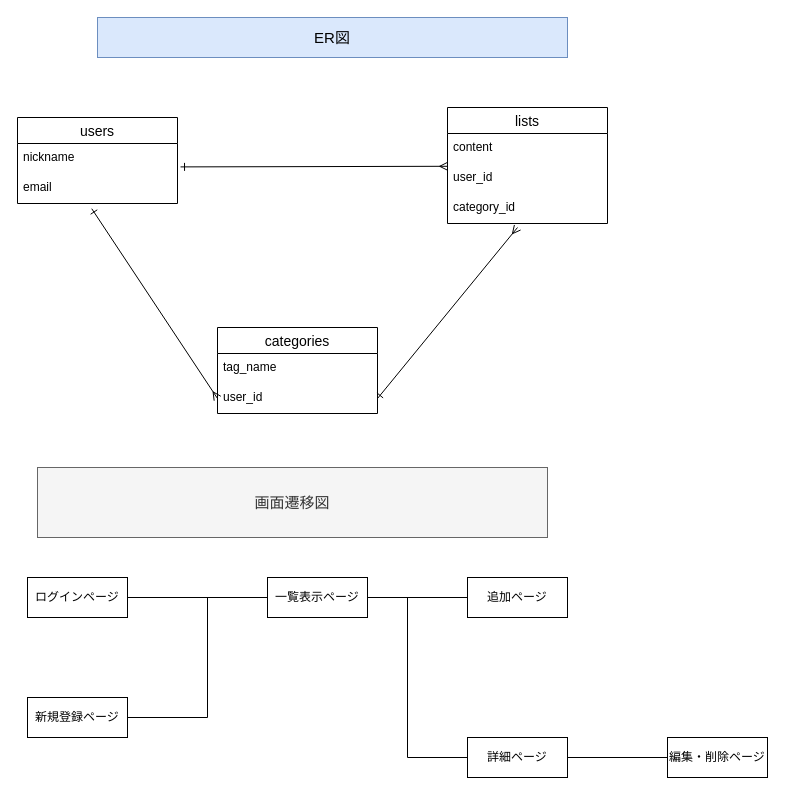
Before: test.dio in mofumofusand/buylist, a draw.io diagram. Source tidied: cells renumbered, new cells numbered last; positions are measured from the earlier drawing's top-left corner, leaving out a move shared by most shapes. Both pictures are drawn from the tidied source at 100%, with x=0, y=0 at pixel (17, 17).
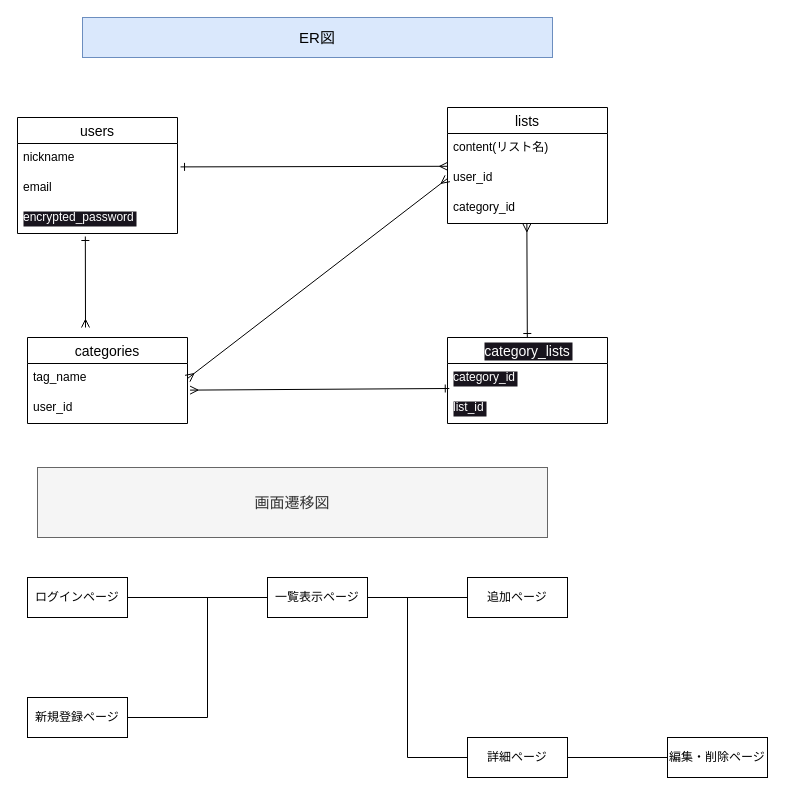
The same diagram, later.

The change refers to these unchanged cells:
```xml
<mxCell id="4" value="email" style="text;strokeColor=none;fillColor=none;spacingLeft=4;spacingRight=4;overflow=hidden;points=[[0,0.5],[1,0.5]];portConstraint=eastwest;fontSize=12;" parent="2" vertex="1">
  <mxGeometry y="56" width="160" height="30" as="geometry" />
</mxCell>
<mxCell id="5" value="lists" style="swimlane;fontStyle=0;horizontal=1;startSize=26;align=center;fontSize=14;" parent="1" vertex="1">
  <mxGeometry x="430" y="90" width="160" height="116" as="geometry" />
</mxCell>
<mxCell id="7" value="user_id" style="text;strokeColor=none;fillColor=none;spacingLeft=4;spacingRight=4;overflow=hidden;points=[[0,0.5],[1,0.5]];portConstraint=eastwest;fontSize=12;" parent="5" vertex="1">
  <mxGeometry y="56" width="160" height="30" as="geometry" />
</mxCell>
<mxCell id="8" value="category_id" style="text;strokeColor=none;fillColor=none;spacingLeft=4;spacingRight=4;overflow=hidden;points=[[0,0.5],[1,0.5]];portConstraint=eastwest;fontSize=12;" parent="5" vertex="1">
  <mxGeometry y="86" width="160" height="30" as="geometry" />
</mxCell>
<mxCell id="10" value="tag_name" style="text;strokeColor=none;fillColor=none;spacingLeft=4;spacingRight=4;overflow=hidden;points=[[0,0.5],[1,0.5]];portConstraint=eastwest;fontSize=12;" parent="9" vertex="1">
  <mxGeometry y="26" width="160" height="30" as="geometry" />
</mxCell>
<mxCell id="11" value="user_id" style="text;strokeColor=none;fillColor=none;spacingLeft=4;spacingRight=4;overflow=hidden;points=[[0,0.5],[1,0.5]];portConstraint=eastwest;fontSize=12;" parent="9" vertex="1">
  <mxGeometry y="56" width="160" height="30" as="geometry" />
</mxCell>
```

The edit, as a diff of the source:
```diff
@@
     <mxCell id="2" value="users" style="swimlane;fontStyle=0;horizontal=1;startSize=26;align=center;fontSize=14;" parent="1" vertex="1">
-      <mxGeometry y="100" width="160" height="86" as="geometry" />
+      <mxGeometry y="100" width="160" height="116" as="geometry" />
     </mxCell>
@@
+    <mxCell id="28" value="encrypted_password" style="text;strokeColor=none;fillColor=none;spacingLeft=4;spacingRight=4;overflow=hidden;points=[[0,0.5],[1,0.5]];portConstraint=eastwest;fontSize=12;labelBackgroundColor=#18141D;fontColor=#FFFFFF;" parent="2" vertex="1">
+      <mxGeometry y="86" width="160" height="30" as="geometry" />
+    </mxCell>
@@
-    <mxCell id="6" value="content" style="text;strokeColor=none;fillColor=none;spacingLeft=4;spacingRight=4;overflow=hidden;fontSize=12;" parent="5" vertex="1">
+    <mxCell id="6" value="content(リスト名)" style="text;strokeColor=none;fillColor=none;spacingLeft=4;spacingRight=4;overflow=hidden;fontSize=12;" parent="5" vertex="1">
       <mxGeometry y="26" width="160" height="30" as="geometry" />
     </mxCell>
@@
     <mxCell id="9" value="categories" style="swimlane;fontStyle=0;horizontal=1;startSize=26;align=center;fontSize=14;" parent="1" vertex="1">
-      <mxGeometry x="200" y="310" width="160" height="86" as="geometry" />
+      <mxGeometry x="10" y="320" width="160" height="86" as="geometry" />
     </mxCell>
@@
-    <mxCell id="13" style="edgeStyle=none;html=1;exitX=0.464;exitY=1.173;exitDx=0;exitDy=0;startArrow=ERone;startFill=0;endArrow=ERmany;endFill=0;exitPerimeter=0;entryX=0;entryY=0.5;entryDx=0;entryDy=0;" parent="1" edge="1" source="4" target="11">
-      <mxGeometry relative="1" as="geometry" />
+    <mxCell id="13" style="edgeStyle=none;html=1;exitX=0.424;exitY=1.1;exitDx=0;exitDy=0;startArrow=ERone;startFill=0;endArrow=ERmany;endFill=0;exitPerimeter=0;" parent="1" edge="1" source="28">
+      <mxGeometry relative="1" as="geometry">
+        <mxPoint x="68" y="310" as="targetPoint" />
+      </mxGeometry>
     </mxCell>
-    <mxCell id="14" style="edgeStyle=none;html=1;exitX=1;exitY=0.5;exitDx=0;exitDy=0;startArrow=ERone;startFill=0;endArrow=ERmany;endFill=0;" parent="1" edge="1" source="11">
-      <mxGeometry relative="1" as="geometry">
-        <mxPoint x="500" y="210" as="targetPoint" />
-      </mxGeometry>
-    </mxCell>
@@
     <mxCell id="26" value="&lt;font style=&quot;font-size: 15px;&quot;&gt;ER図&lt;/font&gt;" style="whiteSpace=wrap;html=1;align=center;fillColor=#dae8fc;strokeColor=#6c8ebf;fontColor=#000000;" parent="1" vertex="1">
-      <mxGeometry x="80" width="470" height="40" as="geometry" />
+      <mxGeometry x="65" width="470" height="40" as="geometry" />
     </mxCell>
@@
+    <mxCell id="29" style="edgeStyle=none;rounded=0;html=1;entryX=0.496;entryY=1.007;entryDx=0;entryDy=0;entryPerimeter=0;fontSize=15;fontColor=#FFFFFF;startArrow=ERone;startFill=0;endArrow=ERmany;endFill=0;" parent="1" edge="1" source="31" target="8">
+      <mxGeometry relative="1" as="geometry" />
+    </mxCell>
+    <mxCell id="30" style="edgeStyle=none;rounded=0;html=1;entryX=1.016;entryY=-0.113;entryDx=0;entryDy=0;entryPerimeter=0;fontSize=15;fontColor=#FFFFFF;startArrow=ERone;startFill=0;endArrow=ERmany;endFill=0;exitX=0.011;exitY=0.833;exitDx=0;exitDy=0;exitPerimeter=0;" parent="1" edge="1" source="32" target="11">
+      <mxGeometry relative="1" as="geometry" />
+    </mxCell>
+    <mxCell id="31" value="category_lists" style="swimlane;fontStyle=0;horizontal=1;startSize=26;align=center;fontSize=14;labelBackgroundColor=#18141D;fontColor=#FFFFFF;" parent="1" vertex="1">
+      <mxGeometry x="430" y="320" width="160" height="86" as="geometry" />
+    </mxCell>
+    <mxCell id="32" value="category_id" style="text;strokeColor=none;fillColor=none;spacingLeft=4;spacingRight=4;overflow=hidden;points=[[0,0.5],[1,0.5]];portConstraint=eastwest;fontSize=12;labelBackgroundColor=#18141D;fontColor=#FFFFFF;" parent="31" vertex="1">
+      <mxGeometry y="26" width="160" height="30" as="geometry" />
+    </mxCell>
+    <mxCell id="33" value="list_id" style="text;strokeColor=none;fillColor=none;spacingLeft=4;spacingRight=4;overflow=hidden;fontSize=12;labelBackgroundColor=#18141D;fontColor=#FFFFFF;" parent="31" vertex="1">
+      <mxGeometry y="56" width="160" height="30" as="geometry" />
+    </mxCell>
+    <mxCell id="34" style="edgeStyle=none;rounded=0;html=1;entryX=0;entryY=0.5;entryDx=0;entryDy=0;fontSize=15;fontColor=#FFFFFF;startArrow=ERmany;startFill=0;endArrow=ERmany;endFill=0;exitX=1;exitY=0.5;exitDx=0;exitDy=0;" parent="1" edge="1" source="10" target="7">
+      <mxGeometry relative="1" as="geometry" />
+    </mxCell>
```
